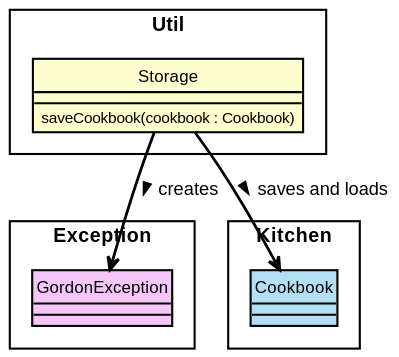
This is docs/RenderedUML/Storage.svg from nus-cs2113-AY2122S1/tp, a PlantUML export, as it was before one commit.
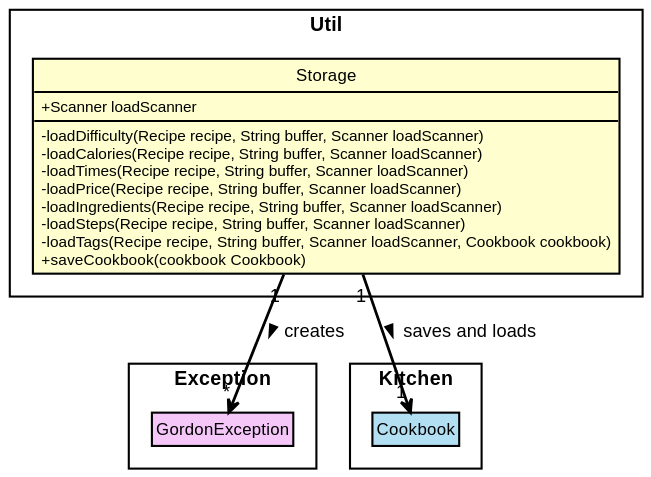
The same file after the commit.

Diff of the diagram source:
```diff
@@ -3,9 +3,20 @@
 skinparam ArrowColor black
 skinparam classBorderColor black
 
+hide empty fields
+hide empty methods
+
 rectangle Util {
     class Storage {
-    saveCookbook(cookbook : Cookbook)
+    + Scanner loadScanner
+    - loadDifficulty(Recipe recipe, String buffer, Scanner loadScanner)
+    - loadCalories(Recipe recipe, String buffer, Scanner loadScanner)
+    - loadTimes(Recipe recipe, String buffer, Scanner loadScanner)
+    - loadPrice(Recipe recipe, String buffer, Scanner loadScanner)
+    - loadIngredients(Recipe recipe, String buffer, Scanner loadScanner)
+    - loadSteps(Recipe recipe, String buffer, Scanner loadScanner)
+    - loadTags(Recipe recipe, String buffer, Scanner loadScanner, Cookbook cookbook)
+    + saveCookbook(cookbook Cookbook)
     }
 }
 
@@ -18,6 +29,6 @@
     class Cookbook LOGIC_BLUE_1
 }
 
-Storage --> GordonException : creates >
-Storage --> Cookbook : saves and loads >
+Storage "1"--> "*" GordonException : creates >
+Storage "1"--> "1" Cookbook : saves and loads >
 @enduml
```
